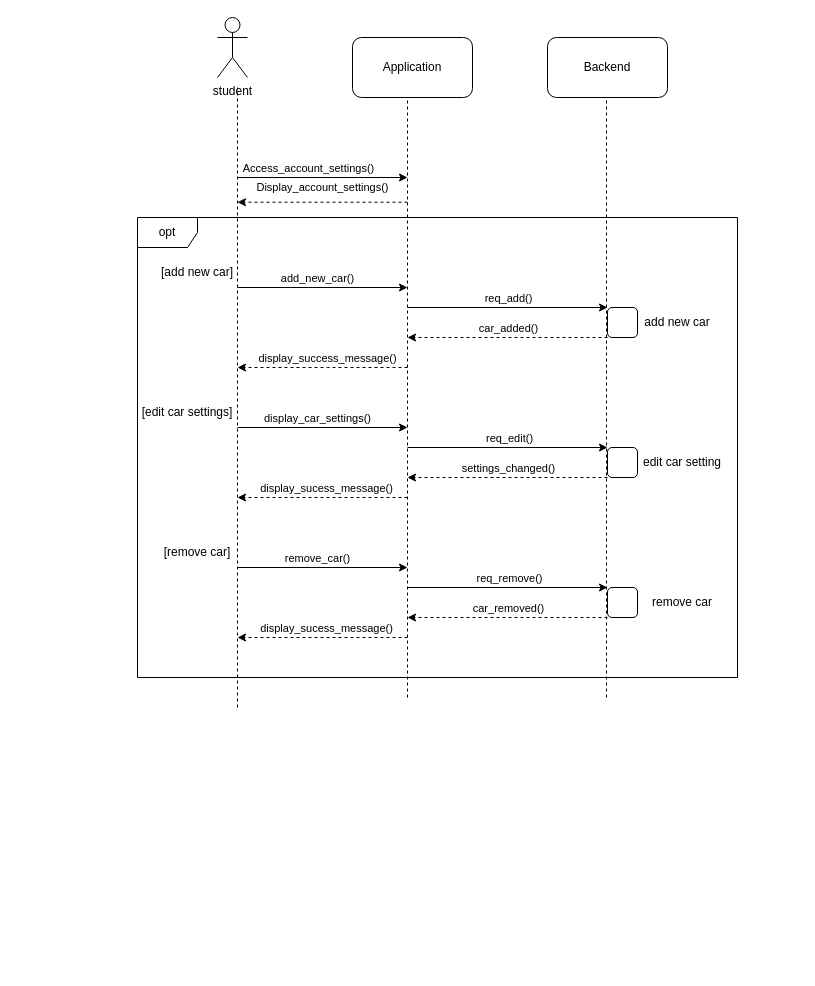
The draw.io diagram page "Account settings" (5 of 7) of Untitled Diagram.drawio in sarraGhali/Drone-parking-system, before the edit. Source tidied: cells renumbered, new cells numbered last; positions are measured from the earlier drawing's top-left corner, leaving out a move shared by most shapes. Both pictures are drawn from the tidied source at 100%, with x=0, y=0 at pixel (137, 17).
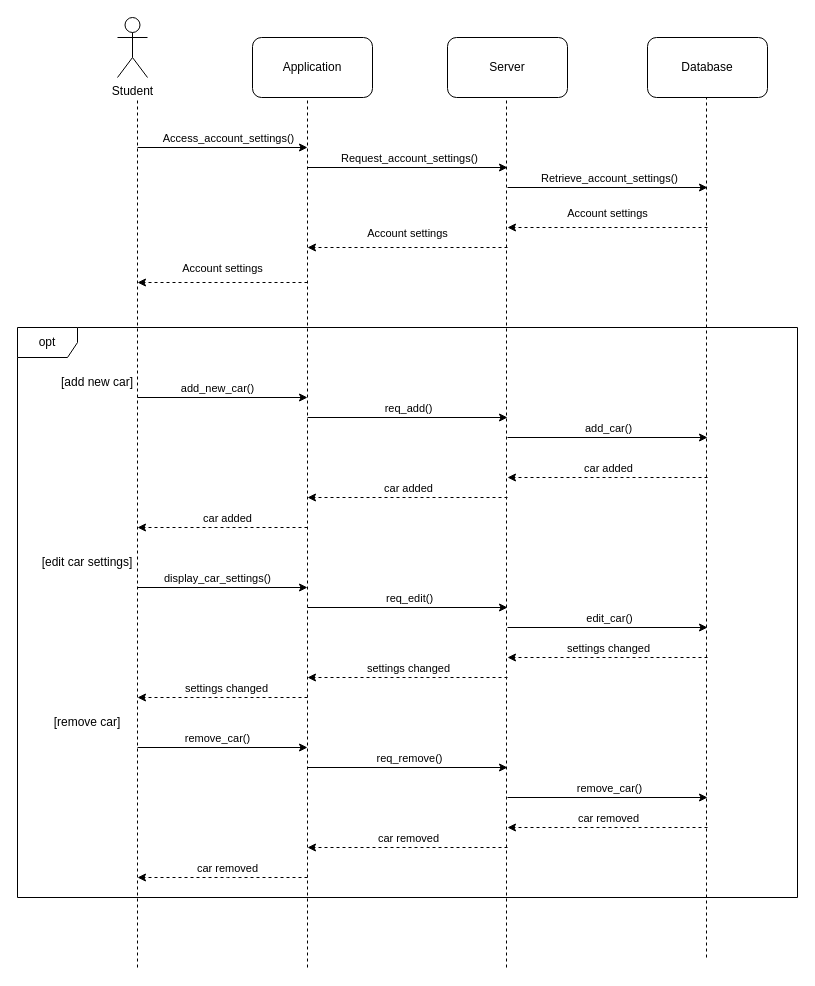
The same page after the edit.

Diff of the diagram source:
```diff
@@
     <mxCell id="2" value="Application" style="rounded=1;whiteSpace=wrap;html=1;" parent="1" vertex="1">
-      <mxGeometry x="215" y="20" width="120" height="60" as="geometry" />
+      <mxGeometry x="115" y="20" width="120" height="60" as="geometry" />
     </mxCell>
-    <mxCell id="3" value="Backend" style="rounded=1;whiteSpace=wrap;html=1;" parent="1" vertex="1">
-      <mxGeometry x="410" y="20" width="120" height="60" as="geometry" />
+    <mxCell id="3" value="Server" style="rounded=1;whiteSpace=wrap;html=1;" parent="1" vertex="1">
+      <mxGeometry x="310" y="20" width="120" height="60" as="geometry" />
     </mxCell>
     <mxCell id="4" style="endArrow=none;dashed=1;html=1;rounded=0;" parent="1" edge="1">
       <mxGeometry relative="1" as="geometry">
-        <mxPoint x="100" y="690" as="sourcePoint" />
-        <mxPoint x="100" y="70" as="targetPoint" />
+        <mxPoint y="950" as="sourcePoint" />
+        <mxPoint y="80" as="targetPoint" />
       </mxGeometry>
     </mxCell>
-    <mxCell id="5" value="student" style="shape=umlActor;verticalLabelPosition=bottom;verticalAlign=top;html=1;" parent="1" vertex="1">
-      <mxGeometry x="80" width="30" height="60" as="geometry" />
+    <mxCell id="5" value="Student" style="shape=umlActor;verticalLabelPosition=bottom;verticalAlign=top;html=1;" parent="1" vertex="1">
+      <mxGeometry x="-20" width="30" height="60" as="geometry" />
     </mxCell>
     <mxCell id="6" style="endArrow=none;dashed=1;html=1;rounded=0;" parent="1" edge="1">
       <mxGeometry relative="1" as="geometry">
-        <mxPoint x="469" y="680" as="sourcePoint" />
-        <mxPoint x="469" y="80" as="targetPoint" />
+        <mxPoint x="369" y="950" as="sourcePoint" />
+        <mxPoint x="369" y="80" as="targetPoint" />
       </mxGeometry>
     </mxCell>
     <mxCell id="7" style="endArrow=classic;html=1;rounded=0;" parent="1" edge="1">
       <mxGeometry relative="1" as="geometry">
-        <mxPoint x="100" y="160" as="sourcePoint" />
-        <mxPoint x="270" y="160" as="targetPoint" />
+        <mxPoint y="130" as="sourcePoint" />
+        <mxPoint x="170" y="130" as="targetPoint" />
       </mxGeometry>
     </mxCell>
     <mxCell id="8" value="Access_account_settings()" style="edgeLabel;html=1;align=center;verticalAlign=middle;" parent="7" vertex="1">
       <mxGeometry x="-0.27" y="-1" relative="1" as="geometry">
-        <mxPoint x="8" y="-11" as="offset" />
+        <mxPoint x="28" y="-11" as="offset" />
       </mxGeometry>
     </mxCell>
     <mxCell id="9" style="endArrow=classic;html=1;rounded=0;dashed=1;" parent="1" edge="1">
       <mxGeometry relative="1" as="geometry">
-        <mxPoint x="270" y="184.7" as="sourcePoint" />
-        <mxPoint x="100" y="184.7" as="targetPoint" />
+        <mxPoint x="170" y="265" as="sourcePoint" />
+        <mxPoint y="265" as="targetPoint" />
         <Array as="points">
-          <mxPoint x="180" y="184.7" />
+          <mxPoint x="80" y="265" />
         </Array>
       </mxGeometry>
     </mxCell>
-    <mxCell id="10" value="Display_account_settings()" style="edgeLabel;html=1;align=center;verticalAlign=middle;" parent="9" vertex="1">
+    <mxCell id="10" value="Account settings" style="edgeLabel;html=1;align=center;verticalAlign=middle;" parent="9" vertex="1">
       <mxGeometry x="0.01" relative="1" as="geometry">
         <mxPoint y="-15" as="offset" />
       </mxGeometry>
     </mxCell>
     <mxCell id="11" style="endArrow=classic;html=1;rounded=0;" parent="1" edge="1">
       <mxGeometry relative="1" as="geometry">
-        <mxPoint x="100" y="270" as="sourcePoint" />
-        <mxPoint x="270" y="270" as="targetPoint" />
+        <mxPoint y="380" as="sourcePoint" />
+        <mxPoint x="170" y="380" as="targetPoint" />
       </mxGeometry>
     </mxCell>
@@
     <mxCell id="13" value="[add new car]" style="text;html=1;strokeColor=none;fillColor=none;align=center;verticalAlign=middle;whiteSpace=wrap;rounded=0;" parent="1" vertex="1">
-      <mxGeometry x="10" y="240" width="100" height="30" as="geometry" />
+      <mxGeometry x="-90" y="350" width="100" height="30" as="geometry" />
     </mxCell>
     <mxCell id="14" style="endArrow=classic;html=1;rounded=0;" parent="1" edge="1">
       <mxGeometry relative="1" as="geometry">
-        <mxPoint x="270" y="290" as="sourcePoint" />
-        <mxPoint x="470" y="290" as="targetPoint" />
+        <mxPoint x="170" y="400" as="sourcePoint" />
+        <mxPoint x="370" y="400" as="targetPoint" />
       </mxGeometry>
     </mxCell>
@@
     <mxCell id="16" style="endArrow=classic;html=1;rounded=0;dashed=1;" parent="1" edge="1">
       <mxGeometry relative="1" as="geometry">
-        <mxPoint x="470" y="320" as="sourcePoint" />
-        <mxPoint x="270" y="320" as="targetPoint" />
+        <mxPoint x="370" y="480" as="sourcePoint" />
+        <mxPoint x="170" y="480" as="targetPoint" />
       </mxGeometry>
     </mxCell>
-    <mxCell id="17" value="car_added()" style="edgeLabel;html=1;align=center;verticalAlign=middle;" parent="16" vertex="1">
+    <mxCell id="17" value="car added" style="edgeLabel;html=1;align=center;verticalAlign=middle;" parent="16" vertex="1">
       <mxGeometry x="-0.15" y="4" relative="1" as="geometry">
         <mxPoint x="-15" y="-14" as="offset" />
       </mxGeometry>
     </mxCell>
-    <mxCell id="18" style="rounded=1;whiteSpace=wrap;html=1;fontSize=12;fillColor=none;" parent="1" vertex="1">
-      <mxGeometry x="470" y="290" width="30" height="30" as="geometry" />
-    </mxCell>
-    <mxCell id="19" value="add new car" style="text;html=1;strokeColor=none;fillColor=none;align=center;verticalAlign=middle;whiteSpace=wrap;rounded=0;" parent="1" vertex="1">
-      <mxGeometry x="500" y="290" width="80" height="30" as="geometry" />
-    </mxCell>
     <mxCell id="20" style="endArrow=classic;html=1;rounded=0;dashed=1;" parent="1" edge="1">
       <mxGeometry relative="1" as="geometry">
-        <mxPoint x="270" y="350" as="sourcePoint" />
-        <mxPoint x="100" y="350" as="targetPoint" />
+        <mxPoint x="170" y="510" as="sourcePoint" />
+        <mxPoint y="510" as="targetPoint" />
         <Array as="points">
-          <mxPoint x="190" y="350" />
+          <mxPoint x="90" y="510" />
         </Array>
       </mxGeometry>
     </mxCell>
-    <mxCell id="21" value="display_success_message()" style="edgeLabel;html=1;align=center;verticalAlign=middle;" parent="20" vertex="1">
+    <mxCell id="21" value="car added" style="edgeLabel;html=1;align=center;verticalAlign=middle;" parent="20" vertex="1">
       <mxGeometry x="0.15" y="-3" relative="1" as="geometry">
         <mxPoint x="17" y="-7" as="offset" />
       </mxGeometry>
     </mxCell>
     <mxCell id="22" value="[edit car settings]" style="text;html=1;strokeColor=none;fillColor=none;align=center;verticalAlign=middle;whiteSpace=wrap;rounded=0;" parent="1" vertex="1">
-      <mxGeometry y="380" width="100" height="30" as="geometry" />
+      <mxGeometry x="-100" y="530" width="100" height="30" as="geometry" />
     </mxCell>
     <mxCell id="23" style="endArrow=classic;html=1;rounded=0;" parent="1" edge="1">
       <mxGeometry relative="1" as="geometry">
-        <mxPoint x="100" y="410" as="sourcePoint" />
-        <mxPoint x="270" y="410" as="targetPoint" />
+        <mxPoint y="570" as="sourcePoint" />
+        <mxPoint x="170" y="570" as="targetPoint" />
       </mxGeometry>
     </mxCell>
@@
     <mxCell id="25" style="endArrow=classic;html=1;rounded=0;" parent="1" edge="1">
       <mxGeometry relative="1" as="geometry">
-        <mxPoint x="270" y="430" as="sourcePoint" />
-        <mxPoint x="470" y="430" as="targetPoint" />
+        <mxPoint x="170" y="590" as="sourcePoint" />
+        <mxPoint x="370" y="590" as="targetPoint" />
       </mxGeometry>
     </mxCell>
@@
-    <mxCell id="27" style="rounded=1;whiteSpace=wrap;html=1;fontSize=12;fillColor=none;" parent="1" vertex="1">
-      <mxGeometry x="470" y="430" width="30" height="30" as="geometry" />
-    </mxCell>
-    <mxCell id="28" value="edit car setting" style="text;html=1;strokeColor=none;fillColor=none;align=center;verticalAlign=middle;whiteSpace=wrap;rounded=0;" parent="1" vertex="1">
-      <mxGeometry x="500" y="430" width="90" height="30" as="geometry" />
-    </mxCell>
-    <mxCell id="29" style="endArrow=classic;html=1;rounded=0;exitX=0;exitY=1;exitDx=0;exitDy=0;dashed=1;" parent="1" edge="1" source="27">
+    <mxCell id="29" style="endArrow=classic;html=1;rounded=0;exitX=0;exitY=1;exitDx=0;exitDy=0;dashed=1;" parent="1" edge="1">
       <mxGeometry relative="1" as="geometry">
-        <mxPoint x="270" y="460" as="targetPoint" />
+        <mxPoint x="370" y="660" as="sourcePoint" />
+        <mxPoint x="170" y="660" as="targetPoint" />
       </mxGeometry>
     </mxCell>
-    <mxCell id="30" value="settings_changed()" style="edgeLabel;html=1;align=center;verticalAlign=middle;" parent="29" vertex="1">
+    <mxCell id="30" value="settings changed" style="edgeLabel;html=1;align=center;verticalAlign=middle;" parent="29" vertex="1">
       <mxGeometry x="0.22" y="-1" relative="1" as="geometry">
         <mxPoint x="22" y="-9" as="offset" />
       </mxGeometry>
     </mxCell>
     <mxCell id="31" style="endArrow=classic;html=1;rounded=0;exitX=0;exitY=1;exitDx=0;exitDy=0;dashed=1;" parent="1" edge="1">
       <mxGeometry relative="1" as="geometry">
-        <mxPoint x="270" y="480" as="sourcePoint" />
-        <mxPoint x="100" y="480" as="targetPoint" />
+        <mxPoint x="170" y="680" as="sourcePoint" />
+        <mxPoint y="680" as="targetPoint" />
       </mxGeometry>
     </mxCell>
-    <mxCell id="32" value="display_sucess_message()" style="edgeLabel;html=1;align=center;verticalAlign=middle;" parent="31" vertex="1">
+    <mxCell id="32" value="settings changed" style="edgeLabel;html=1;align=center;verticalAlign=middle;" parent="31" vertex="1">
       <mxGeometry x="0.22" y="-1" relative="1" as="geometry">
         <mxPoint x="22" y="-9" as="offset" />
       </mxGeometry>
     </mxCell>
     <mxCell id="33" style="endArrow=classic;html=1;rounded=0;" parent="1" edge="1">
       <mxGeometry relative="1" as="geometry">
-        <mxPoint x="100" y="550" as="sourcePoint" />
-        <mxPoint x="270" y="550" as="targetPoint" />
+        <mxPoint y="730" as="sourcePoint" />
+        <mxPoint x="170" y="730" as="targetPoint" />
       </mxGeometry>
     </mxCell>
@@
     <mxCell id="35" style="endArrow=classic;html=1;rounded=0;" parent="1" edge="1">
       <mxGeometry relative="1" as="geometry">
-        <mxPoint x="270" y="570" as="sourcePoint" />
-        <mxPoint x="470" y="570" as="targetPoint" />
+        <mxPoint x="170" y="750" as="sourcePoint" />
+        <mxPoint x="370" y="750" as="targetPoint" />
       </mxGeometry>
     </mxCell>
@@
-    <mxCell id="37" style="rounded=1;whiteSpace=wrap;html=1;fontSize=12;fillColor=none;" parent="1" vertex="1">
-      <mxGeometry x="470" y="570" width="30" height="30" as="geometry" />
-    </mxCell>
-    <mxCell id="38" value="remove car" style="text;html=1;strokeColor=none;fillColor=none;align=center;verticalAlign=middle;whiteSpace=wrap;rounded=0;" parent="1" vertex="1">
-      <mxGeometry x="500" y="570" width="90" height="30" as="geometry" />
-    </mxCell>
-    <mxCell id="39" style="endArrow=classic;html=1;rounded=0;exitX=0;exitY=1;exitDx=0;exitDy=0;dashed=1;" parent="1" edge="1" source="37">
-      <mxGeometry relative="1" as="geometry">
-        <mxPoint x="270" y="600" as="targetPoint" />
-      </mxGeometry>
-    </mxCell>
-    <mxCell id="40" value="car_removed()" style="edgeLabel;html=1;align=center;verticalAlign=middle;" parent="39" vertex="1">
-      <mxGeometry x="0.22" y="-1" relative="1" as="geometry">
-        <mxPoint x="22" y="-9" as="offset" />
-      </mxGeometry>
-    </mxCell>
-    <mxCell id="41" style="endArrow=classic;html=1;rounded=0;exitX=0;exitY=1;exitDx=0;exitDy=0;dashed=1;" parent="1" edge="1">
-      <mxGeometry relative="1" as="geometry">
-        <mxPoint x="270" y="620" as="sourcePoint" />
-        <mxPoint x="100" y="620" as="targetPoint" />
-      </mxGeometry>
-    </mxCell>
-    <mxCell id="42" value="display_sucess_message()" style="edgeLabel;html=1;align=center;verticalAlign=middle;" parent="41" vertex="1">
-      <mxGeometry x="0.22" y="-1" relative="1" as="geometry">
-        <mxPoint x="22" y="-9" as="offset" />
-      </mxGeometry>
-    </mxCell>
     <mxCell id="43" value="[remove car]" style="text;html=1;strokeColor=none;fillColor=none;align=center;verticalAlign=middle;whiteSpace=wrap;rounded=0;" parent="1" vertex="1">
-      <mxGeometry x="10" y="520" width="100" height="30" as="geometry" />
+      <mxGeometry x="-100" y="690" width="100" height="30" as="geometry" />
     </mxCell>
     <mxCell id="44" value="opt" style="shape=umlFrame;whiteSpace=wrap;html=1;fontSize=12;" parent="1" vertex="1">
-      <mxGeometry y="200" width="600" height="460" as="geometry" />
+      <mxGeometry x="-120" y="310" width="780" height="570" as="geometry" />
     </mxCell>
     <mxCell id="45" style="endArrow=none;html=1;rounded=0;dashed=1;" parent="1" edge="1">
       <mxGeometry relative="1" as="geometry">
-        <mxPoint x="270" y="680" as="sourcePoint" />
-        <mxPoint x="270" y="80" as="targetPoint" />
+        <mxPoint x="170" y="950" as="sourcePoint" />
+        <mxPoint x="170" y="80" as="targetPoint" />
       </mxGeometry>
     </mxCell>
+    <mxCell id="46" value="Database" style="rounded=1;whiteSpace=wrap;html=1;" parent="1" vertex="1">
+      <mxGeometry x="510" y="20" width="120" height="60" as="geometry" />
+    </mxCell>
+    <mxCell id="47" style="endArrow=none;dashed=1;html=1;rounded=0;" parent="1" edge="1">
+      <mxGeometry relative="1" as="geometry">
+        <mxPoint x="569" y="940" as="sourcePoint" />
+        <mxPoint x="569" y="80" as="targetPoint" />
+      </mxGeometry>
+    </mxCell>
+    <mxCell id="48" style="endArrow=classic;html=1;rounded=0;" parent="1" edge="1">
+      <mxGeometry relative="1" as="geometry">
+        <mxPoint x="170" y="150" as="sourcePoint" />
+        <mxPoint x="370" y="150" as="targetPoint" />
+      </mxGeometry>
+    </mxCell>
+    <mxCell id="49" value="Request_account_settings()" style="edgeLabel;html=1;align=center;verticalAlign=middle;" parent="48" vertex="1">
+      <mxGeometry x="-0.27" y="-1" relative="1" as="geometry">
+        <mxPoint x="28" y="-11" as="offset" />
+      </mxGeometry>
+    </mxCell>
+    <mxCell id="50" style="endArrow=classic;html=1;rounded=0;" parent="1" edge="1">
+      <mxGeometry relative="1" as="geometry">
+        <mxPoint x="370" y="170" as="sourcePoint" />
+        <mxPoint x="570" y="170" as="targetPoint" />
+      </mxGeometry>
+    </mxCell>
+    <mxCell id="51" value="Retrieve_account_settings()" style="edgeLabel;html=1;align=center;verticalAlign=middle;" parent="50" vertex="1">
+      <mxGeometry x="-0.27" y="-1" relative="1" as="geometry">
+        <mxPoint x="28" y="-11" as="offset" />
+      </mxGeometry>
+    </mxCell>
+    <mxCell id="52" style="endArrow=classic;html=1;rounded=0;dashed=1;" parent="1" edge="1">
+      <mxGeometry relative="1" as="geometry">
+        <mxPoint x="370" y="230" as="sourcePoint" />
+        <mxPoint x="170" y="230" as="targetPoint" />
+        <Array as="points">
+          <mxPoint x="280" y="230" />
+        </Array>
+      </mxGeometry>
+    </mxCell>
+    <mxCell id="53" value="Account settings" style="edgeLabel;html=1;align=center;verticalAlign=middle;" parent="52" vertex="1">
+      <mxGeometry x="0.01" relative="1" as="geometry">
+        <mxPoint y="-15" as="offset" />
+      </mxGeometry>
+    </mxCell>
+    <mxCell id="54" style="endArrow=classic;html=1;rounded=0;dashed=1;" parent="1" edge="1">
+      <mxGeometry relative="1" as="geometry">
+        <mxPoint x="570" y="210" as="sourcePoint" />
+        <mxPoint x="370" y="210" as="targetPoint" />
+        <Array as="points">
+          <mxPoint x="450" y="210" />
+        </Array>
+      </mxGeometry>
+    </mxCell>
+    <mxCell id="55" value="Account settings" style="edgeLabel;html=1;align=center;verticalAlign=middle;" parent="54" vertex="1">
+      <mxGeometry x="0.01" relative="1" as="geometry">
+        <mxPoint y="-15" as="offset" />
+      </mxGeometry>
+    </mxCell>
+    <mxCell id="56" style="endArrow=classic;html=1;rounded=0;" parent="1" edge="1">
+      <mxGeometry relative="1" as="geometry">
+        <mxPoint x="370" y="420" as="sourcePoint" />
+        <mxPoint x="570" y="420" as="targetPoint" />
+      </mxGeometry>
+    </mxCell>
+    <mxCell id="57" value="add_car()" style="edgeLabel;html=1;align=center;verticalAlign=middle;" parent="56" vertex="1">
+      <mxGeometry x="0.09" y="-2" relative="1" as="geometry">
+        <mxPoint x="-9" y="-12" as="offset" />
+      </mxGeometry>
+    </mxCell>
+    <mxCell id="58" style="endArrow=classic;html=1;rounded=0;dashed=1;" parent="1" edge="1">
+      <mxGeometry relative="1" as="geometry">
+        <mxPoint x="570" y="460" as="sourcePoint" />
+        <mxPoint x="370" y="460" as="targetPoint" />
+      </mxGeometry>
+    </mxCell>
+    <mxCell id="59" value="car added" style="edgeLabel;html=1;align=center;verticalAlign=middle;" parent="58" vertex="1">
+      <mxGeometry x="-0.15" y="4" relative="1" as="geometry">
+        <mxPoint x="-15" y="-14" as="offset" />
+      </mxGeometry>
+    </mxCell>
+    <mxCell id="60" style="endArrow=classic;html=1;rounded=0;" parent="1" edge="1">
+      <mxGeometry relative="1" as="geometry">
+        <mxPoint x="370" y="610" as="sourcePoint" />
+        <mxPoint x="570" y="610" as="targetPoint" />
+      </mxGeometry>
+    </mxCell>
+    <mxCell id="61" value="edit_car()" style="edgeLabel;html=1;align=center;verticalAlign=middle;" parent="60" vertex="1">
+      <mxGeometry x="-0.13" relative="1" as="geometry">
+        <mxPoint x="14" y="-10" as="offset" />
+      </mxGeometry>
+    </mxCell>
+    <mxCell id="62" style="endArrow=classic;html=1;rounded=0;exitX=0;exitY=1;exitDx=0;exitDy=0;dashed=1;" parent="1" edge="1">
+      <mxGeometry relative="1" as="geometry">
+        <mxPoint x="570" y="640" as="sourcePoint" />
+        <mxPoint x="370" y="640" as="targetPoint" />
+      </mxGeometry>
+    </mxCell>
+    <mxCell id="63" value="settings changed" style="edgeLabel;html=1;align=center;verticalAlign=middle;" parent="62" vertex="1">
+      <mxGeometry x="0.22" y="-1" relative="1" as="geometry">
+        <mxPoint x="22" y="-9" as="offset" />
+      </mxGeometry>
+    </mxCell>
+    <mxCell id="64" style="endArrow=classic;html=1;rounded=0;" parent="1" edge="1">
+      <mxGeometry relative="1" as="geometry">
+        <mxPoint x="370" y="780" as="sourcePoint" />
+        <mxPoint x="570" y="780" as="targetPoint" />
+      </mxGeometry>
+    </mxCell>
+    <mxCell id="65" value="remove_car()" style="edgeLabel;html=1;align=center;verticalAlign=middle;" parent="64" vertex="1">
+      <mxGeometry x="-0.13" relative="1" as="geometry">
+        <mxPoint x="14" y="-10" as="offset" />
+      </mxGeometry>
+    </mxCell>
+    <mxCell id="66" style="endArrow=classic;html=1;rounded=0;dashed=1;" parent="1" edge="1">
+      <mxGeometry relative="1" as="geometry">
+        <mxPoint x="370" y="830" as="sourcePoint" />
+        <mxPoint x="170" y="830" as="targetPoint" />
+      </mxGeometry>
+    </mxCell>
+    <mxCell id="67" value="car removed" style="edgeLabel;html=1;align=center;verticalAlign=middle;" parent="66" vertex="1">
+      <mxGeometry x="-0.15" y="4" relative="1" as="geometry">
+        <mxPoint x="-15" y="-14" as="offset" />
+      </mxGeometry>
+    </mxCell>
+    <mxCell id="68" style="endArrow=classic;html=1;rounded=0;dashed=1;" parent="1" edge="1">
+      <mxGeometry relative="1" as="geometry">
+        <mxPoint x="170" y="860" as="sourcePoint" />
+        <mxPoint y="860" as="targetPoint" />
+        <Array as="points">
+          <mxPoint x="90" y="860" />
+        </Array>
+      </mxGeometry>
+    </mxCell>
+    <mxCell id="69" value="car removed" style="edgeLabel;html=1;align=center;verticalAlign=middle;" parent="68" vertex="1">
+      <mxGeometry x="0.15" y="-3" relative="1" as="geometry">
+        <mxPoint x="17" y="-7" as="offset" />
+      </mxGeometry>
+    </mxCell>
+    <mxCell id="70" style="endArrow=classic;html=1;rounded=0;dashed=1;" parent="1" edge="1">
+      <mxGeometry relative="1" as="geometry">
+        <mxPoint x="570" y="810" as="sourcePoint" />
+        <mxPoint x="370" y="810" as="targetPoint" />
+      </mxGeometry>
+    </mxCell>
+    <mxCell id="71" value="car removed" style="edgeLabel;html=1;align=center;verticalAlign=middle;" parent="70" vertex="1">
+      <mxGeometry x="-0.15" y="4" relative="1" as="geometry">
+        <mxPoint x="-15" y="-14" as="offset" />
+      </mxGeometry>
+    </mxCell>
```
